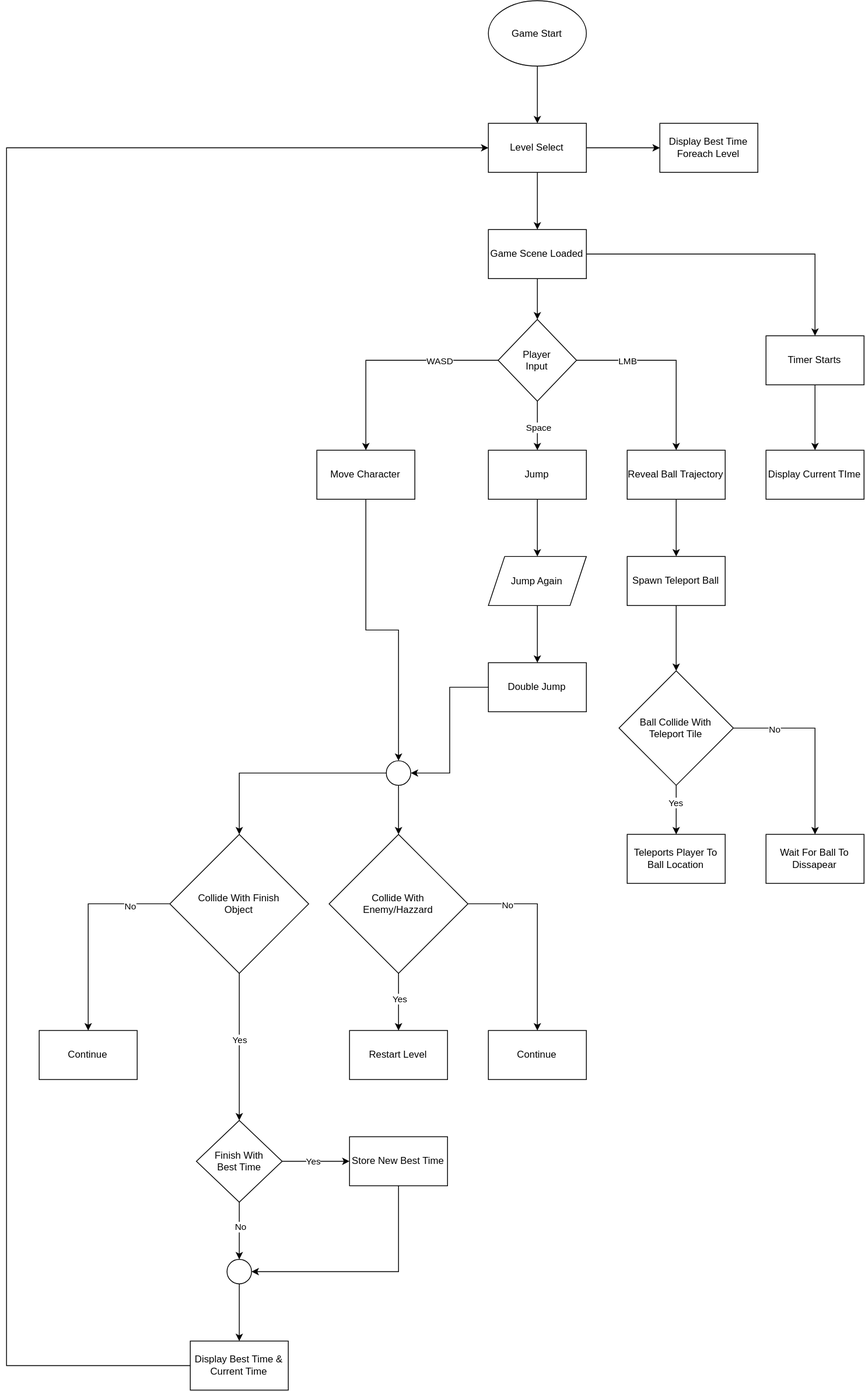
This is TP-Jumper/Images/GameFlowTPJumper.drawio.svg from Stopit-m8/TP-Jumper, a draw.io export, as it was before one commit. Source tidied: cells renumbered, new cells last; positions are measured from the earlier drawing's top-left corner, leaving out a move shared by most shapes.
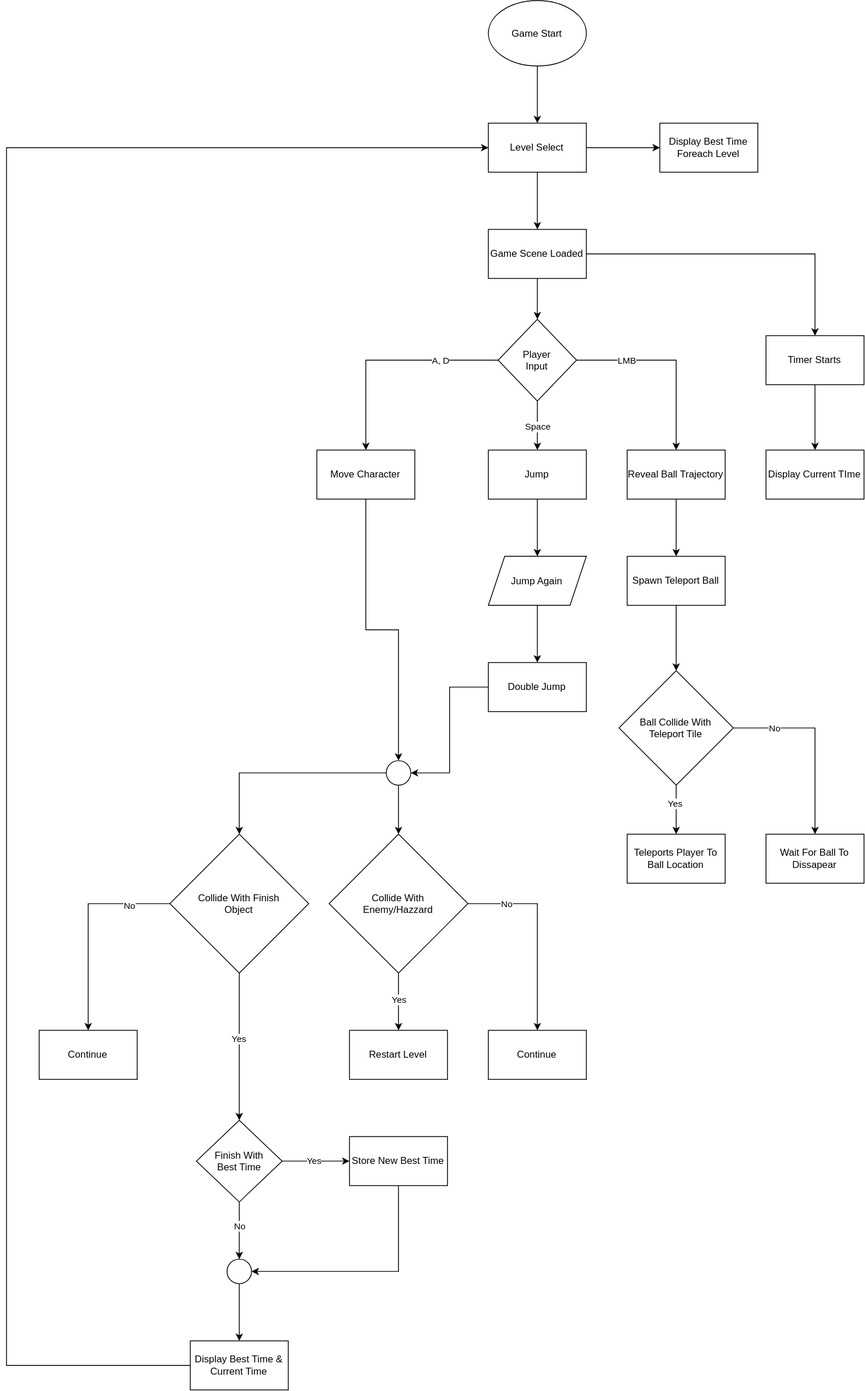
The same file after the commit.

Diff of the diagram source:
```diff
@@ -36,7 +36,7 @@
     <mxCell id="11" style="edgeStyle=orthogonalEdgeStyle;rounded=0;jettySize=auto;html=1;entryX=0.5;entryY=0;entryDx=0;entryDy=0;" parent="1" edge="1" source="13" target="15">
       <mxGeometry relative="1" as="geometry" />
     </mxCell>
-    <mxCell id="12" value="WASD" style="edgeLabel;html=1;align=center;verticalAlign=middle;" parent="11" vertex="1">
+    <mxCell id="12" value="A, D" style="edgeLabel;html=1;align=center;verticalAlign=middle;" parent="11" vertex="1">
       <mxGeometry x="-0.54" y="1" relative="1" as="geometry">
         <mxPoint x="-10" y="-1" as="offset" />
       </mxGeometry>
```
